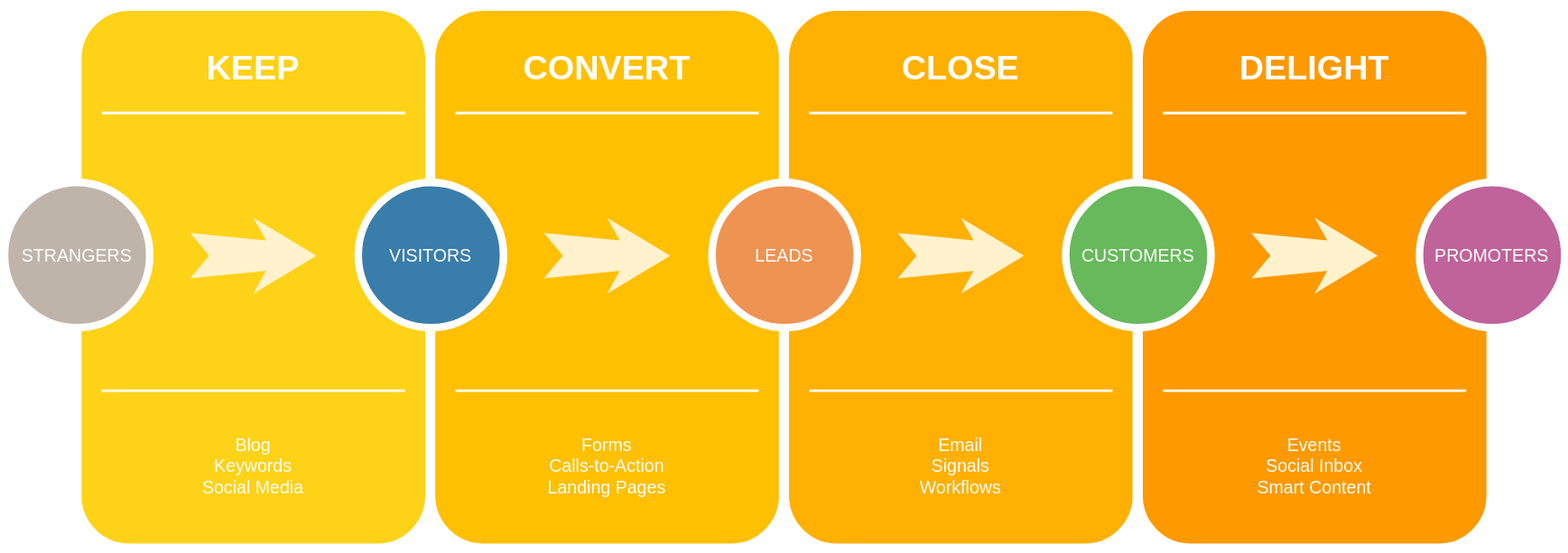
The draw.io diagram HappyDraw.drawio.svg in builden/drawio-diagram, before a commit. Source tidied: cells renumbered, new cells last; positions are measured from the earlier drawing's top-left corner, leaving out a move shared by most shapes.
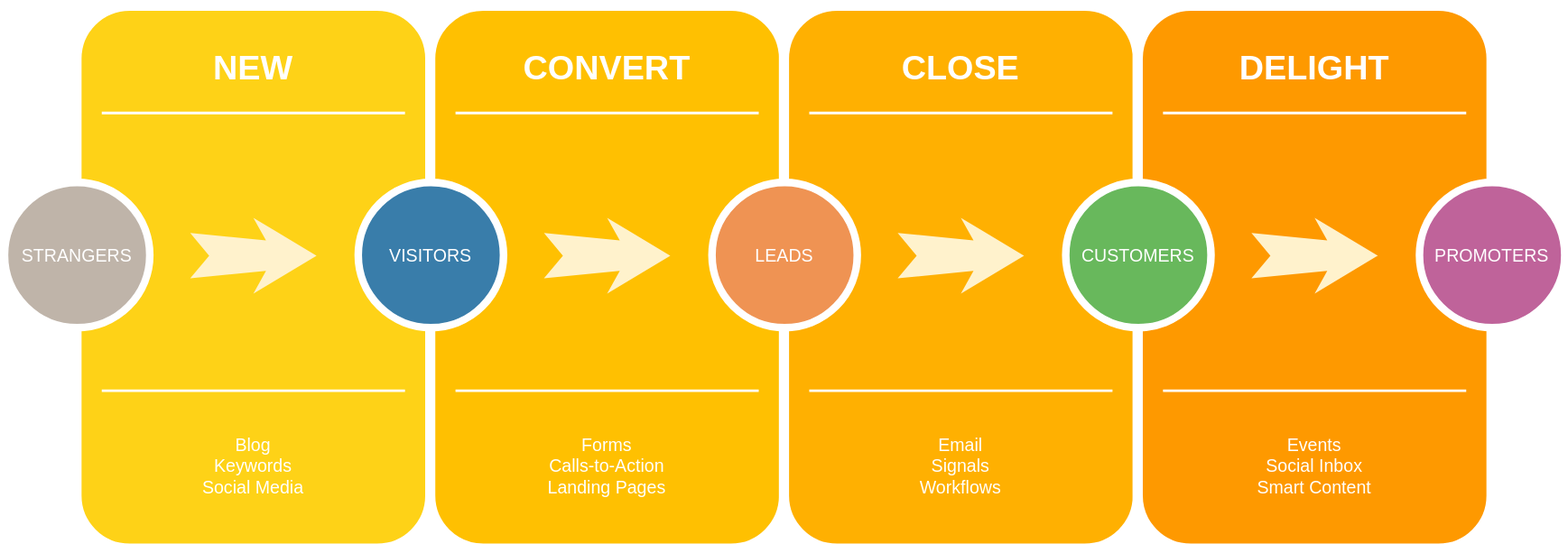
After the commit.

The edit, as a diff of the source:
```diff
@@ -5,7 +5,7 @@
     <mxCell id="2" style="whiteSpace=wrap;html=1;rounded=1;shadow=0;strokeWidth=8;fontSize=20;align=center;fillColor=#FED217;strokeColor=#FFFFFF;" parent="1" vertex="1">
       <mxGeometry x="57" width="280" height="430" as="geometry" />
     </mxCell>
-    <mxCell id="3" value="KEEP" style="text;html=1;strokeColor=none;fillColor=none;align=center;verticalAlign=middle;whiteSpace=wrap;rounded=0;shadow=0;fontSize=27;fontColor=#FFFFFF;fontStyle=1;" parent="1" vertex="1">
+    <mxCell id="3" value="NEW" style="text;html=1;strokeColor=none;fillColor=none;align=center;verticalAlign=middle;whiteSpace=wrap;rounded=0;shadow=0;fontSize=27;fontColor=#FFFFFF;fontStyle=1;" parent="1" vertex="1">
       <mxGeometry x="57" y="20" width="280" height="60" as="geometry" />
     </mxCell>
     <mxCell id="4" value="Blog&lt;div&gt;Keywords&lt;/div&gt;&lt;div&gt;Social Media&lt;/div&gt;" style="text;html=1;strokeColor=none;fillColor=none;align=center;verticalAlign=middle;whiteSpace=wrap;rounded=0;shadow=0;fontSize=14;fontColor=#FFFFFF;" parent="1" vertex="1">
```
